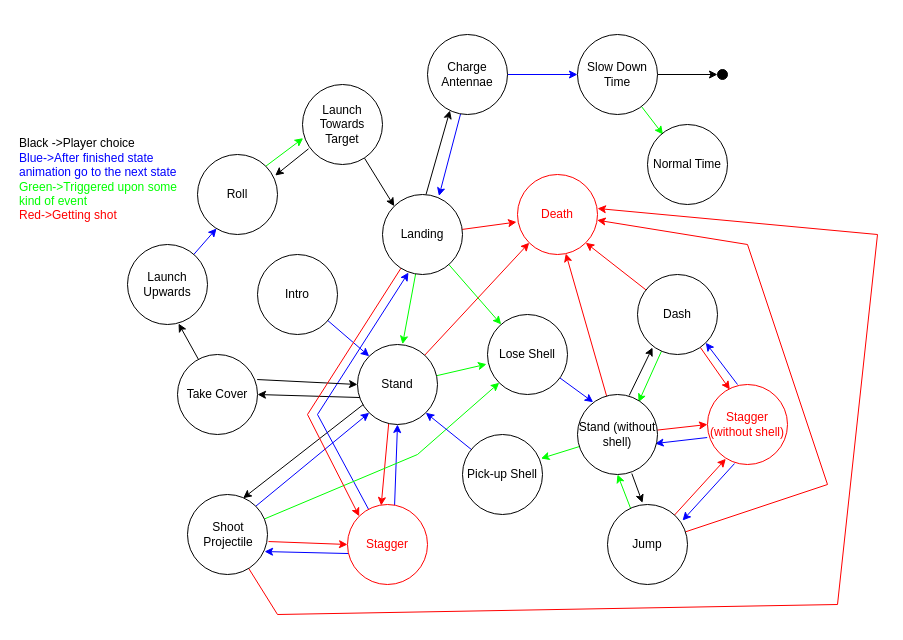
Earlier version of the draw.io diagram Resources/documents/State Diagram.drawio (kennysusanto/PA14_CrystalSnail). Source tidied: cells renumbered, new cells numbered last; positions are measured from the earlier drawing's top-left corner, leaving out a move shared by most shapes. Both pictures are drawn from the tidied source at 100%, with x=0, y=0 at pixel (17, 34).
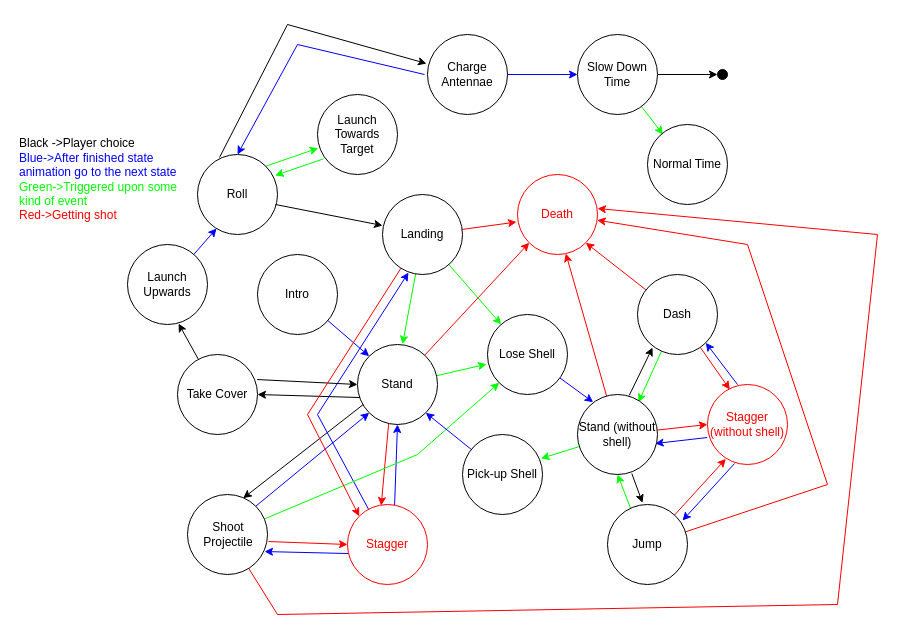
After the change.

The change refers to these unchanged cells:
```xml
<mxCell id="27" value="Roll" style="ellipse;whiteSpace=wrap;html=1;strokeColor=#000000;fillColor=#FFFFFF;fontColor=#000000;align=center;" parent="1" vertex="1">
  <mxGeometry x="180" y="120" width="80" height="80" as="geometry" />
</mxCell>
<mxCell id="52" value="Landing" style="ellipse;whiteSpace=wrap;html=1;strokeColor=#000000;fillColor=#FFFFFF;fontColor=#000000;align=center;" parent="1" vertex="1">
  <mxGeometry x="365" y="160" width="80" height="80" as="geometry" />
</mxCell>
<mxCell id="64" value="Charge Antennae" style="ellipse;whiteSpace=wrap;html=1;" parent="1" vertex="1">
  <mxGeometry x="410" width="80" height="80" as="geometry" />
</mxCell>
```

The edit, as a diff of the source:
```diff
@@
-    <mxCell id="28" style="edgeStyle=none;rounded=0;jettySize=auto;html=1;entryX=0.971;entryY=0.263;entryDx=0;entryDy=0;strokeColor=#000000;fontColor=#000000;exitX=0.075;exitY=0.804;exitDx=0;exitDy=0;exitPerimeter=0;entryPerimeter=0;" parent="1" edge="1" source="30" target="27">
+    <mxCell id="28" style="edgeStyle=none;rounded=0;jettySize=auto;html=1;entryX=0.971;entryY=0.263;entryDx=0;entryDy=0;strokeColor=#00FF00;fontColor=#000000;exitX=0.075;exitY=0.804;exitDx=0;exitDy=0;exitPerimeter=0;entryPerimeter=0;" parent="1" edge="1" source="30" target="27">
       <mxGeometry relative="1" as="geometry" />
     </mxCell>
-    <mxCell id="29" style="edgeStyle=none;rounded=0;jettySize=auto;html=1;entryX=0;entryY=0;entryDx=0;entryDy=0;strokeColor=#000000;fontColor=#000000;exitX=0.775;exitY=0.921;exitDx=0;exitDy=0;exitPerimeter=0;" parent="1" edge="1" source="30" target="52">
+    <mxCell id="29" style="edgeStyle=none;rounded=0;jettySize=auto;html=1;entryX=0;entryY=0.388;entryDx=0;entryDy=0;strokeColor=#000000;fontColor=#000000;exitX=0.975;exitY=0.625;exitDx=0;exitDy=0;exitPerimeter=0;entryPerimeter=0;" parent="1" edge="1" source="27" target="52">
       <mxGeometry relative="1" as="geometry" />
     </mxCell>
     <mxCell id="30" value="Launch Towards Target" style="ellipse;whiteSpace=wrap;html=1;strokeColor=#000000;fillColor=#FFFFFF;fontColor=#000000;align=center;" parent="1" vertex="1">
-      <mxGeometry x="285" y="50" width="80" height="80" as="geometry" />
+      <mxGeometry x="300" y="60" width="80" height="80" as="geometry" />
     </mxCell>
@@
-    <mxCell id="48" style="rounded=0;jettySize=auto;html=1;entryX=0.281;entryY=0.95;entryDx=0;entryDy=0;entryPerimeter=0;strokeColor=#000000;exitX=0.544;exitY=0;exitDx=0;exitDy=0;exitPerimeter=0;" parent="1" edge="1" source="52" target="64">
-      <mxGeometry relative="1" as="geometry" />
+    <mxCell id="48" style="rounded=0;jettySize=auto;html=1;entryX=-0.012;entryY=0.363;entryDx=0;entryDy=0;entryPerimeter=0;strokeColor=#000000;exitX=0.275;exitY=0.038;exitDx=0;exitDy=0;exitPerimeter=0;" parent="1" edge="1" source="27" target="64">
+      <mxGeometry relative="1" as="geometry">
+        <Array as="points">
+          <mxPoint x="270" y="-10" />
+        </Array>
+      </mxGeometry>
     </mxCell>
@@
-    <mxCell id="63" style="edgeStyle=none;rounded=0;jettySize=auto;html=1;entryX=0.706;entryY=0.019;entryDx=0;entryDy=0;entryPerimeter=0;strokeColor=#0000FF;exitX=0.413;exitY=0.994;exitDx=0;exitDy=0;exitPerimeter=0;" parent="1" edge="1" source="64" target="52">
-      <mxGeometry relative="1" as="geometry" />
+    <mxCell id="63" style="edgeStyle=none;rounded=0;jettySize=auto;html=1;entryX=0.5;entryY=0;entryDx=0;entryDy=0;strokeColor=#0000FF;" parent="1" edge="1" target="27">
+      <mxGeometry relative="1" as="geometry">
+        <mxPoint x="407" y="40" as="sourcePoint" />
+        <Array as="points">
+          <mxPoint x="280" y="10" />
+        </Array>
+      </mxGeometry>
     </mxCell>
```
